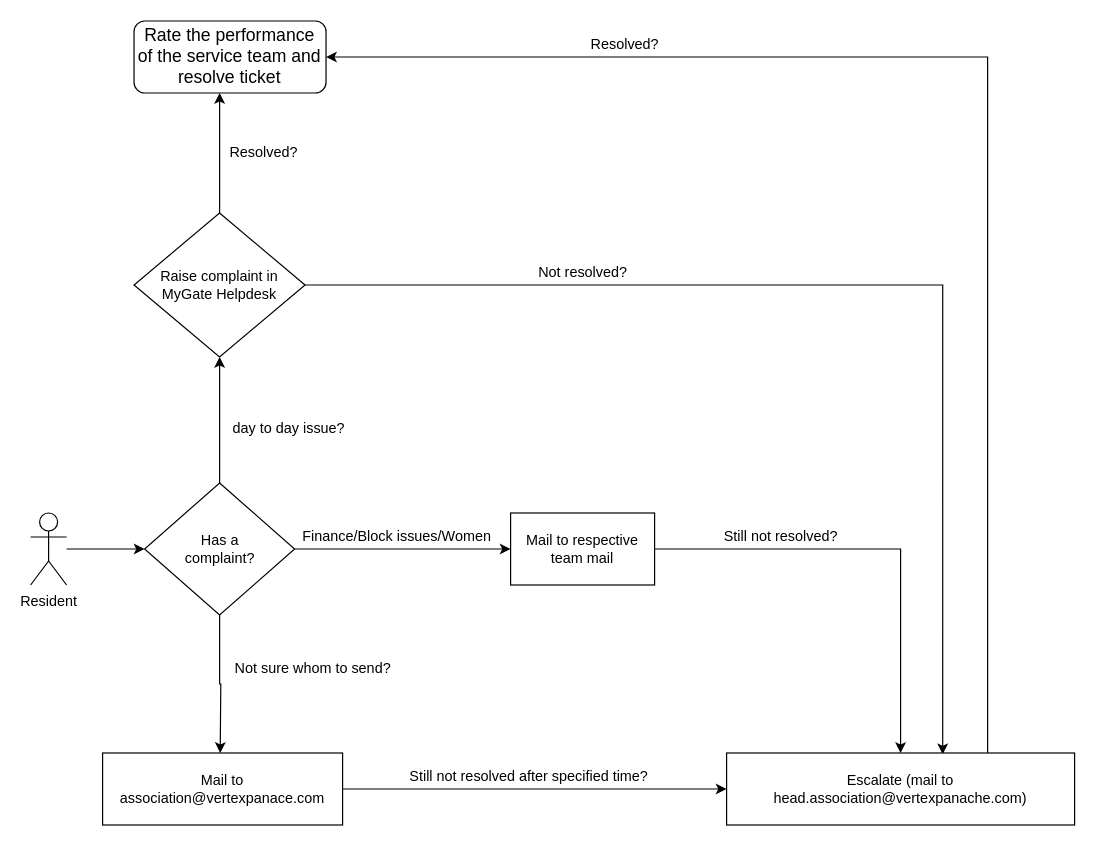
menneni/algorithms keeps this draw.io diagram as Untitled Diagram.drawio. Above is the earlier version. Source tidied: cells renumbered, new cells numbered last; positions are measured from the earlier drawing's top-left corner, leaving out a move shared by most shapes. Both pictures are drawn from the tidied source at 120%, with x=0, y=0 at pixel (30, 20).
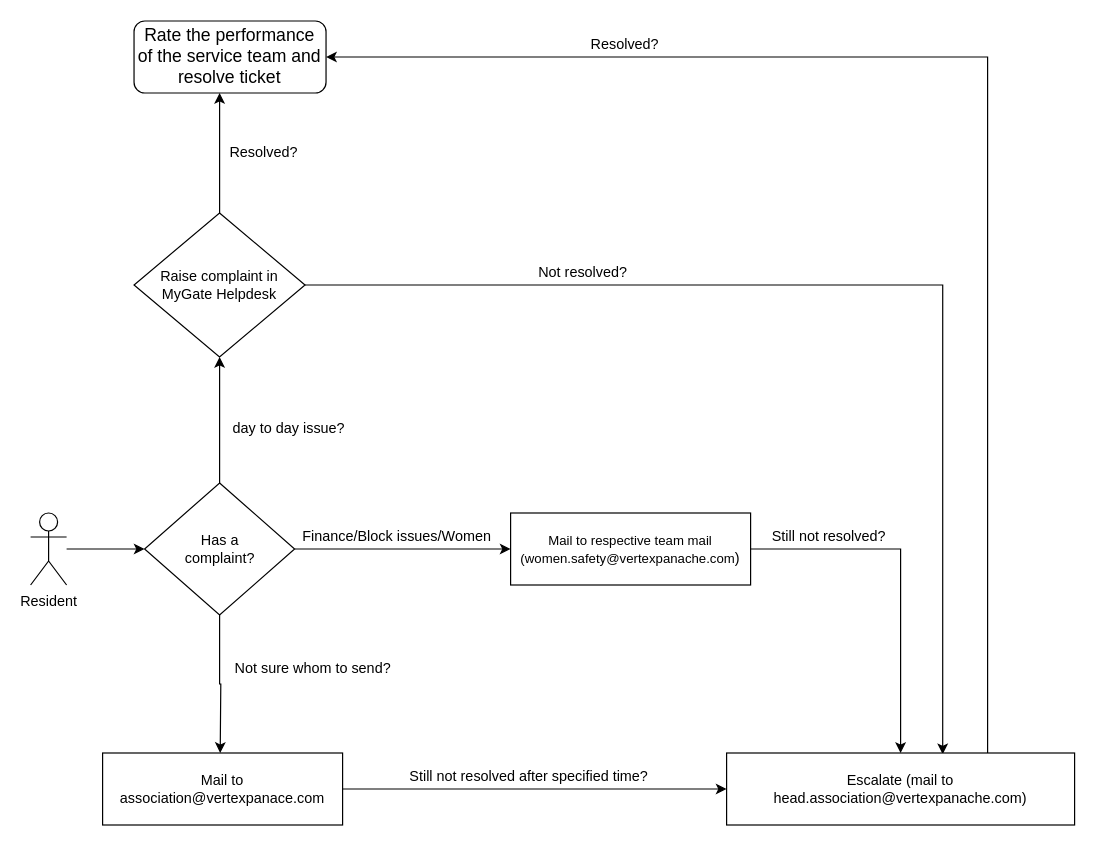
The same page after the edit.

Diff of the diagram source:
```diff
@@
-    <mxCell id="17" value="Mail to respective team mail" style="rounded=0;whiteSpace=wrap;html=1;" parent="1" vertex="1">
-      <mxGeometry x="400" y="410" width="120" height="60" as="geometry" />
+    <mxCell id="17" value="&lt;font style=&quot;font-size: 11px&quot;&gt;Mail to respective team mail (&lt;span id=&quot;docs-internal-guid-dc43442a-7fff-2f08-25b0-1686dedf294e&quot;&gt;&lt;span style=&quot;font-family: &amp;#34;arial&amp;#34; ; background-color: transparent ; vertical-align: baseline&quot;&gt;women.safety@vertexpanache.com&lt;/span&gt;&lt;/span&gt;&lt;/font&gt;)" style="rounded=0;whiteSpace=wrap;html=1;" parent="1" vertex="1">
+      <mxGeometry x="400" y="410" width="200" height="60" as="geometry" />
     </mxCell>
@@
     <mxCell id="23" value="Still not resolved?" style="text;html=1;align=center;verticalAlign=middle;strokeColor=none;fillColor=none;" parent="1" vertex="1">
-      <mxGeometry x="570" y="420" width="110" height="20" as="geometry" />
+      <mxGeometry x="610" y="420" width="110" height="20" as="geometry" />
     </mxCell>
```
